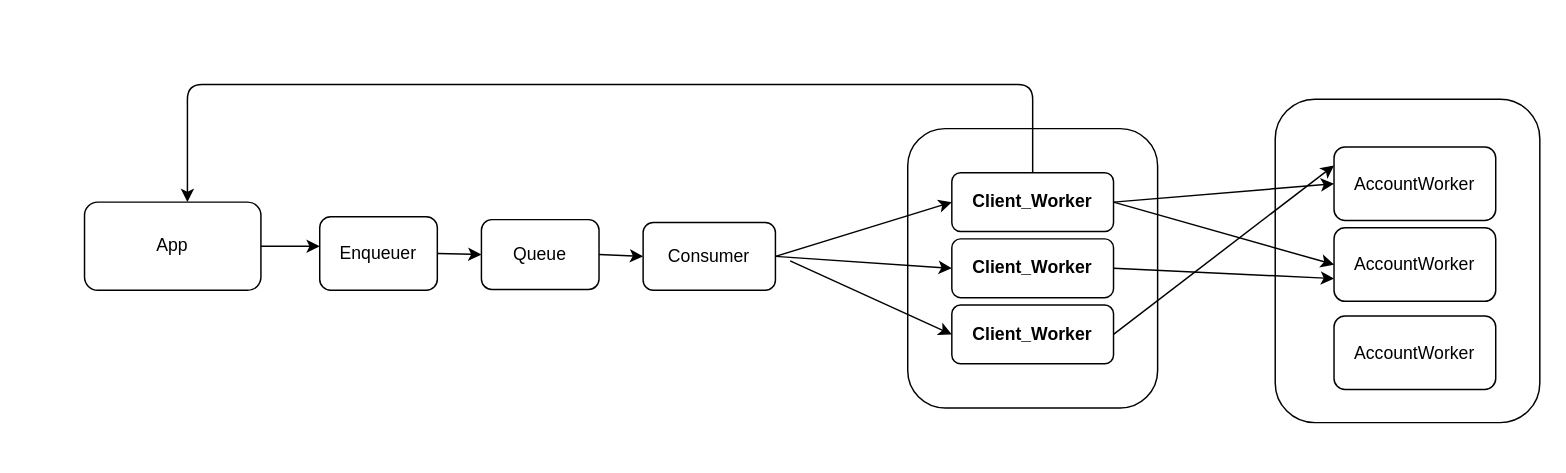
Above: system.drawio in sanzor/Banking-Application (draw.io), before the change. Source tidied: cells renumbered, new cells numbered last; positions are measured from the earlier drawing's top-left corner, leaving out a move shared by most shapes. Both pictures are drawn from the tidied source at 147%, with x=0, y=0 at pixel (84, 84).
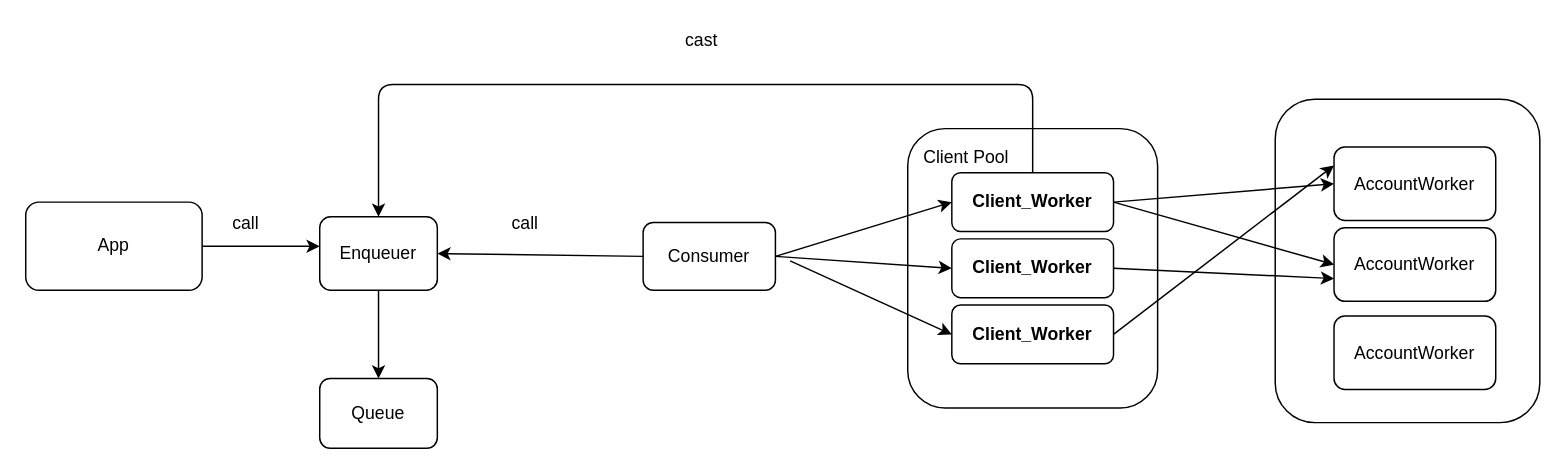
The same diagram, later.

Commit message (it also covers changes not shown here):
updated architecture ; cleaned client_worker api and handlers

The change refers to these unchanged cells:
```xml
<mxCell id="4" value="Enqueuer" style="rounded=1;whiteSpace=wrap;html=1;" parent="1" vertex="1">
  <mxGeometry x="160" y="90" width="80" height="50" as="geometry" />
</mxCell>
<mxCell id="5" value="Consumer" style="rounded=1;whiteSpace=wrap;html=1;" parent="1" vertex="1">
  <mxGeometry x="380" y="93.8" width="90" height="46.2" as="geometry" />
</mxCell>
<mxCell id="7" value="Client_Worker" style="rounded=1;whiteSpace=wrap;html=1;fontStyle=1;" parent="1" vertex="1">
  <mxGeometry x="590" y="60" width="110" height="40" as="geometry" />
</mxCell>
```

Diff of the diagram source:
```diff
@@
     <mxCell id="3" value="App" style="rounded=1;whiteSpace=wrap;html=1;" parent="1" vertex="1">
-      <mxGeometry y="80" width="120" height="60" as="geometry" />
+      <mxGeometry x="-40" y="80" width="120" height="60" as="geometry" />
     </mxCell>
@@
-    <mxCell id="8" value="Queue" style="rounded=1;whiteSpace=wrap;html=1;" parent="1" vertex="1">
-      <mxGeometry x="270" y="91.9" width="80" height="47.5" as="geometry" />
-    </mxCell>
@@
-    <mxCell id="15" style="endArrow=classic;html=1;exitX=1;exitY=0.5;exitDx=0;exitDy=0;entryX=0;entryY=0.5;entryDx=0;entryDy=0;" parent="1" edge="1" source="4" target="8">
-      <mxGeometry relative="1" as="geometry" />
-    </mxCell>
-    <mxCell id="16" style="endArrow=classic;html=1;exitX=1;exitY=0.5;exitDx=0;exitDy=0;entryX=0;entryY=0.5;entryDx=0;entryDy=0;" parent="1" edge="1" source="8" target="5">
-      <mxGeometry relative="1" as="geometry" />
-    </mxCell>
@@
-    <mxCell id="24" style="edgeStyle=elbowEdgeStyle;elbow=vertical;endArrow=classic;html=1;exitX=0.5;exitY=0;exitDx=0;exitDy=0;" parent="1" edge="1" source="7">
+    <mxCell id="24" style="edgeStyle=elbowEdgeStyle;elbow=vertical;endArrow=classic;html=1;exitX=0.5;exitY=0;exitDx=0;exitDy=0;" parent="1" edge="1" source="7" target="4">
       <mxGeometry relative="1" as="geometry">
-        <mxPoint x="70" y="80" as="targetPoint" />
         <Array as="points">
           <mxPoint x="360" />
         </Array>
       </mxGeometry>
     </mxCell>
+    <mxCell id="8" value="Queue" style="rounded=1;whiteSpace=wrap;html=1;" parent="1" vertex="1">
+      <mxGeometry x="160" y="200" width="80" height="47.5" as="geometry" />
+    </mxCell>
+    <mxCell id="15" style="endArrow=classic;html=1;exitX=0.5;exitY=1;exitDx=0;exitDy=0;entryX=0.5;entryY=0;entryDx=0;entryDy=0;" parent="1" edge="1" source="4" target="8">
+      <mxGeometry relative="1" as="geometry" />
+    </mxCell>
+    <mxCell id="25" style="endArrow=classic;html=1;exitX=0;exitY=0.5;exitDx=0;exitDy=0;entryX=1;entryY=0.5;entryDx=0;entryDy=0;" parent="1" edge="1" source="5" target="4">
+      <mxGeometry relative="1" as="geometry" />
+    </mxCell>
+    <mxCell id="26" value="Client Pool" style="text;html=1;strokeColor=none;fillColor=none;align=center;verticalAlign=middle;whiteSpace=wrap;rounded=0;" parent="1" vertex="1">
+      <mxGeometry x="550" y="40" width="100" height="20" as="geometry" />
+    </mxCell>
+    <mxCell id="27" value="cast" style="text;html=1;strokeColor=none;fillColor=none;align=center;verticalAlign=middle;whiteSpace=wrap;rounded=0;" parent="1" vertex="1">
+      <mxGeometry x="400" y="-40" width="40" height="20" as="geometry" />
+    </mxCell>
+    <mxCell id="28" value="call" style="text;html=1;strokeColor=none;fillColor=none;align=center;verticalAlign=middle;whiteSpace=wrap;rounded=0;" parent="1" vertex="1">
+      <mxGeometry x="280" y="85" width="40" height="20" as="geometry" />
+    </mxCell>
+    <mxCell id="29" value="call" style="text;html=1;strokeColor=none;fillColor=none;align=center;verticalAlign=middle;whiteSpace=wrap;rounded=0;" parent="1" vertex="1">
+      <mxGeometry x="90" y="85" width="40" height="20" as="geometry" />
+    </mxCell>
```
